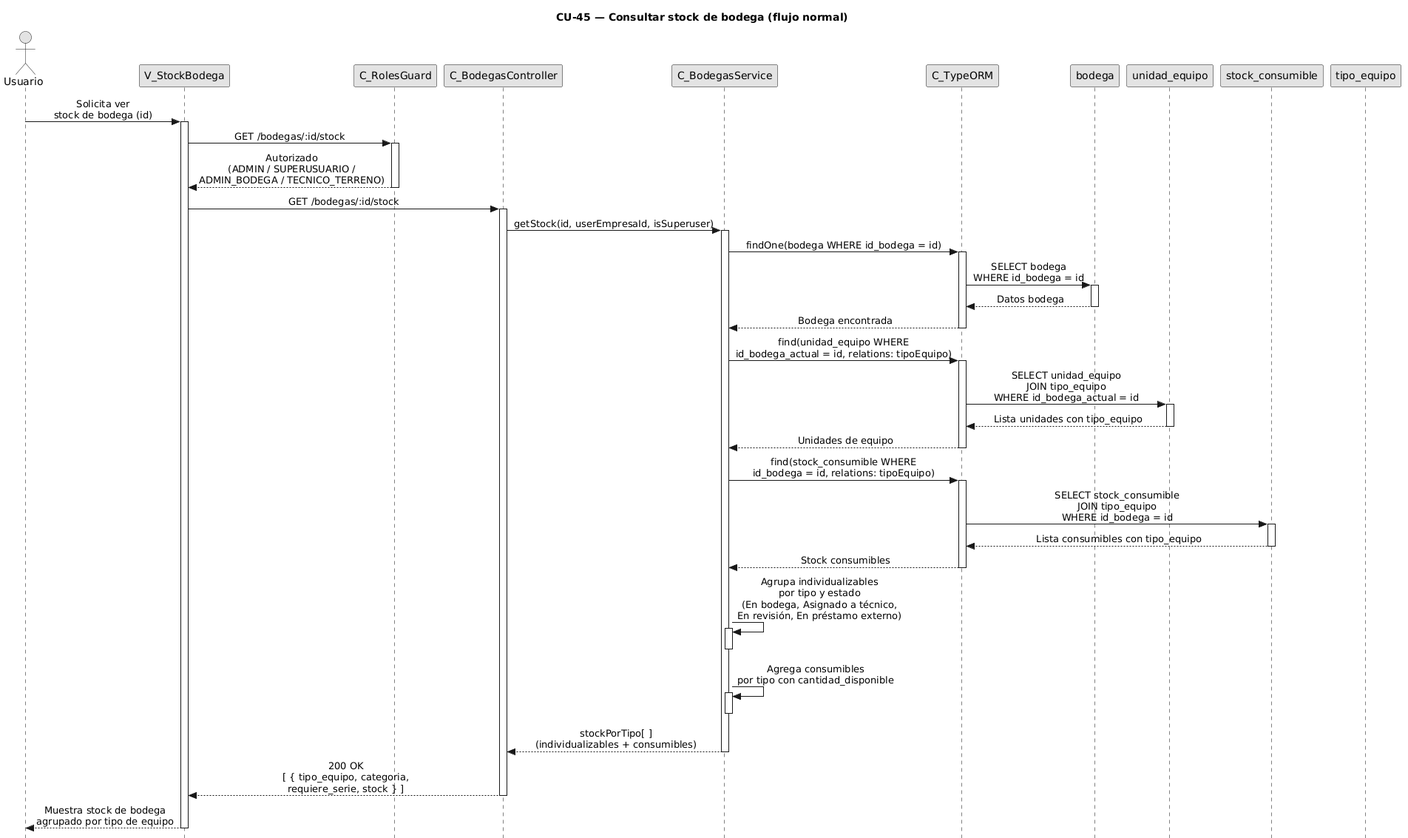
Earlier version of the PlantUML export diagramas/diagramas-secuencia/CU45/CU45-normal.png (FSM-Finet-y-Cable-Magico/Team_1-Inventario-y-Bodega). Source of this version:
```plantuml
@startuml
title CU-45 — Consultar stock de bodega (flujo normal)

skinparam style strictuml
skinparam monochrome true
skinparam shadowing false
skinparam sequenceMessageAlign center
skinparam sequence {
  MessageAlign center
  LifeLineBorderColor black
}
hide footbox

actor "Usuario" as user
participant "V_StockBodega" as view
participant "C_RolesGuard" as guard
participant "C_BodegasController" as ctrl
participant "C_BodegasService" as svc
participant "C_TypeORM" as orm
participant "bodega" as bent
participant "unidad_equipo" as uent
participant "stock_consumible" as scent
participant "tipo_equipo" as tent

user -> view : Solicita ver\nstock de bodega (id)
activate view

view -> guard : GET /bodegas/:id/stock
activate guard

guard --> view : Autorizado\n(ADMIN / SUPERUSUARIO /\nADMIN_BODEGA / TECNICO_TERRENO)
deactivate guard

view -> ctrl : GET /bodegas/:id/stock
activate ctrl

ctrl -> svc : getStock(id, userEmpresaId, isSuperuser)
activate svc

svc -> orm : findOne(bodega WHERE id_bodega = id)
activate orm

orm -> bent : SELECT bodega\nWHERE id_bodega = id
activate bent
bent --> orm : Datos bodega
deactivate bent

orm --> svc : Bodega encontrada
deactivate orm

svc -> orm : find(unidad_equipo WHERE\nid_bodega_actual = id, relations: tipoEquipo)
activate orm

orm -> uent : SELECT unidad_equipo\nJOIN tipo_equipo\nWHERE id_bodega_actual = id
activate uent
uent --> orm : Lista unidades con tipo_equipo
deactivate uent

orm --> svc : Unidades de equipo
deactivate orm

svc -> orm : find(stock_consumible WHERE\nid_bodega = id, relations: tipoEquipo)
activate orm

orm -> scent : SELECT stock_consumible\nJOIN tipo_equipo\nWHERE id_bodega = id
activate scent
scent --> orm : Lista consumibles con tipo_equipo
deactivate scent

orm --> svc : Stock consumibles
deactivate orm

svc -> svc : Agrupa individualizables\npor tipo y estado\n(En bodega, Asignado a técnico,\nEn revisión, En préstamo externo)
activate svc
deactivate svc

svc -> svc : Agrega consumibles\npor tipo con cantidad_disponible
activate svc
deactivate svc

svc --> ctrl : stockPorTipo[ ]\n(individualizables + consumibles)
deactivate svc

ctrl --> view : 200 OK\n[ { tipo_equipo, categoria,\nrequiere_serie, stock } ]
deactivate ctrl

view --> user : Muestra stock de bodega\nagrupado por tipo de equipo
deactivate view
@enduml
```
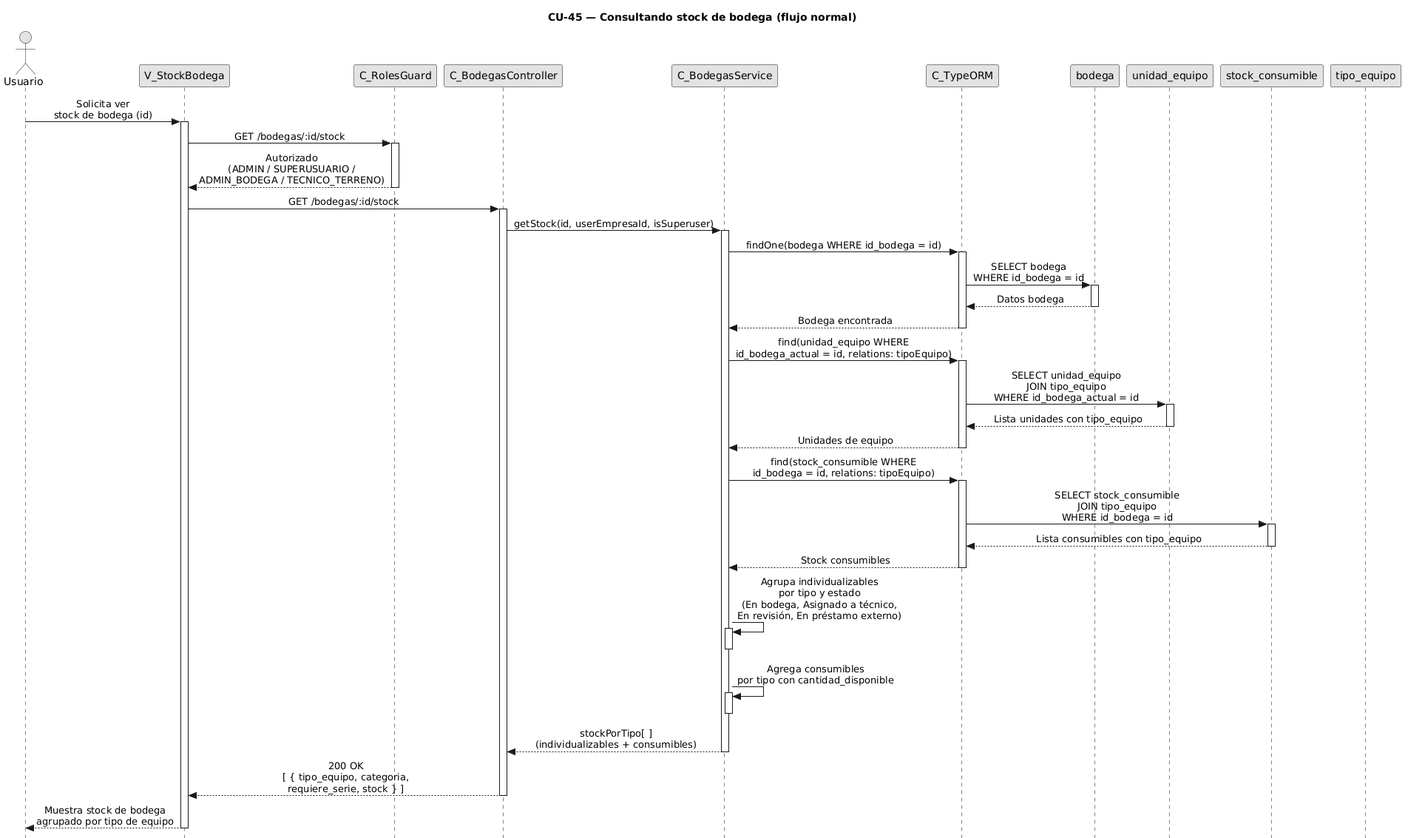
The same file after the commit.

Change to the diagram source:
```diff
@@ -1,5 +1,5 @@
-@startuml
-title CU-45 — Consultar stock de bodega (flujo normal)
+@startuml CU45-normal
+title CU-45 — Consultando stock de bodega (flujo normal)
 
 skinparam style strictuml
 skinparam monochrome true
@@ -86,4 +86,5 @@
 
 view --> user : Muestra stock de bodega\nagrupado por tipo de equipo
 deactivate view
+
 @enduml
```
